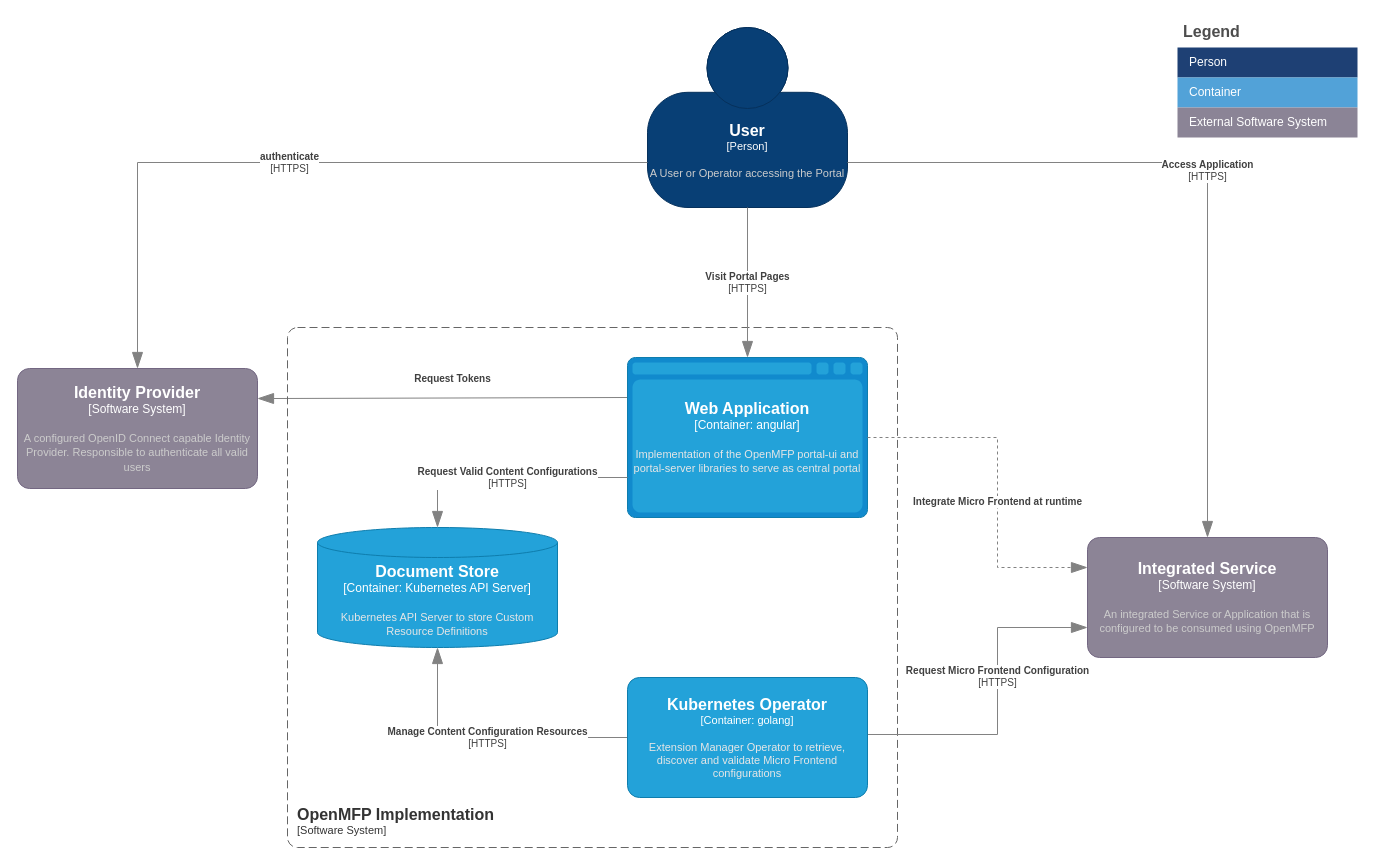
openmfp/architecture keeps this draw.io diagram as page "v0-container-diagram" (2 of 4) of diagrams/openmfp-c4.drawio. Above is the earlier version. Source tidied: cells renumbered, new cells numbered last; positions are measured from the earlier drawing's top-left corner, leaving out a move shared by most shapes. Both pictures are drawn from the tidied source at 100%, with x=0, y=0 at pixel (17, 17).
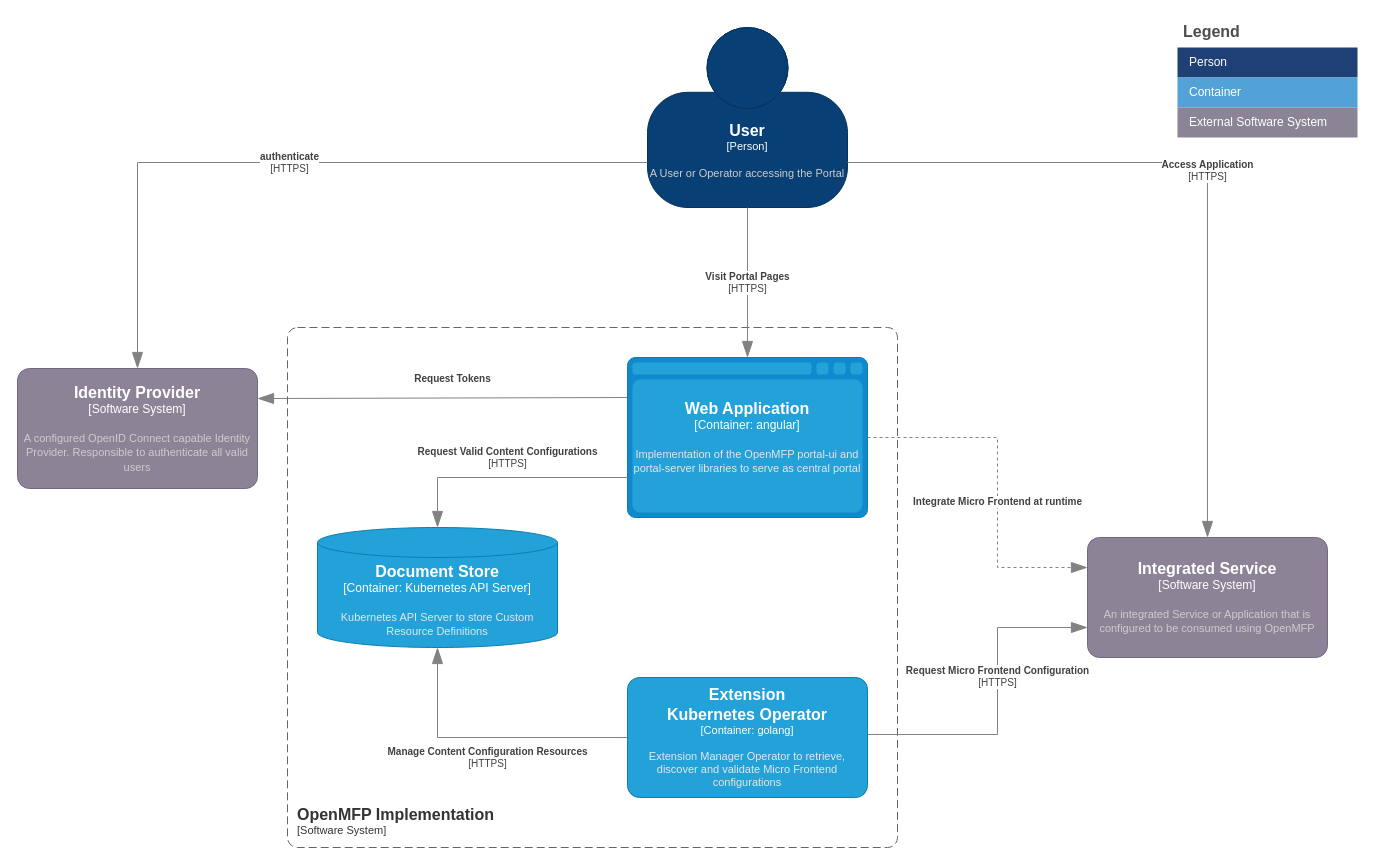
The same page after the edit.

The change refers to these unchanged cells:
```xml
<object id="7" label="&lt;font style=&quot;font-size: 16px&quot;&gt;&lt;b&gt;%c4Name%&lt;/b&gt;&lt;/font&gt;&lt;div&gt;[%c4Type%:&amp;nbsp;%c4Technology%]&lt;/div&gt;&lt;br&gt;&lt;div&gt;&lt;font style=&quot;font-size: 11px&quot;&gt;&lt;font color=&quot;#E6E6E6&quot;&gt;%c4Description%&lt;/font&gt;&lt;/div&gt;" c4Description="Implementation of the OpenMFP portal-ui and portal-server libraries to serve as central portal" c4Name="Web Application" c4Technology="angular" c4Type="Container" placeholders="1">
  <mxCell style="shape=mxgraph.c4.webBrowserContainer2;whiteSpace=wrap;html=1;boundedLbl=1;rounded=0;labelBackgroundColor=none;strokeColor=#118ACD;fillColor=#23A2D9;strokeColor=#118ACD;strokeColor2=#0E7DAD;fontSize=12;fontColor=#ffffff;align=center;points=[[0.5,0,0],[1,0.25,0],[1,0.5,0],[1,0.75,0],[0.5,1,0],[0,0.75,0],[0,0.5,0],[0,0.25,0]];" parent="1" vertex="1">
    <mxGeometry x="610" y="340" width="240" height="160" as="geometry" />
  </mxCell>
</object>
<object id="14" label="&lt;font style=&quot;font-size: 16px&quot;&gt;&lt;b&gt;%c4Name%&lt;/b&gt;&lt;/font&gt;&lt;div&gt;[%c4Type%:&amp;nbsp;%c4Technology%]&lt;/div&gt;&lt;br&gt;&lt;div&gt;&lt;font style=&quot;font-size: 11px&quot;&gt;&lt;font color=&quot;#E6E6E6&quot;&gt;%c4Description%&lt;/font&gt;&lt;/div&gt;" c4Description="Kubernetes API Server to store Custom Resource Definitions" c4Name="Document Store" c4Technology="Kubernetes API Server" c4Type="Container" placeholders="1">
  <mxCell style="shape=cylinder3;size=15;whiteSpace=wrap;html=1;boundedLbl=1;rounded=0;labelBackgroundColor=none;fillColor=#23A2D9;fontSize=12;fontColor=#ffffff;align=center;strokeColor=#0E7DAD;points=[[0.5,0,0],[1,0.25,0],[1,0.5,0],[1,0.75,0],[0.5,1,0],[0,0.75,0],[0,0.5,0],[0,0.25,0]];" parent="1" vertex="1">
    <mxGeometry x="300" y="510" width="240" height="120" as="geometry" />
  </mxCell>
</object>
```

Change to the diagram source:
```diff
@@
     <object id="12" label="&lt;div style=&quot;text-align: left&quot;&gt;&lt;div style=&quot;text-align: center&quot;&gt;&lt;b&gt;%c4Description%&lt;/b&gt;&lt;/div&gt;&lt;div style=&quot;text-align: center&quot;&gt;[%c4Technology%]&lt;/div&gt;&lt;/div&gt;" c4Description="Request Valid Content Configurations" c4Technology="HTTPS" placeholders="1">
       <mxCell style="endArrow=blockThin;html=1;fontSize=10;fontColor=#404040;strokeWidth=1;endFill=1;strokeColor=#828282;elbow=vertical;endSize=14;startSize=14;jumpStyle=arc;jumpSize=16;rounded=0;edgeStyle=orthogonalEdgeStyle;exitX=0;exitY=0.75;exitDx=0;exitDy=0;exitPerimeter=0;entryX=0.5;entryY=0;entryDx=0;entryDy=0;entryPerimeter=0;" parent="1" edge="1" source="7" target="14">
-        <mxGeometry relative="1" as="geometry" />
+        <mxGeometry y="-20" relative="1" as="geometry" />
       </mxCell>
     </object>
@@
     <object id="15" label="&lt;div style=&quot;text-align: left&quot;&gt;&lt;div style=&quot;text-align: center&quot;&gt;&lt;b&gt;%c4Description%&lt;/b&gt;&lt;/div&gt;&lt;div style=&quot;text-align: center&quot;&gt;[%c4Technology%]&lt;/div&gt;&lt;/div&gt;" c4Description="Manage Content Configuration Resources" c4Technology="HTTPS" placeholders="1">
       <mxCell style="endArrow=blockThin;html=1;fontSize=10;fontColor=#404040;strokeWidth=1;endFill=1;strokeColor=#828282;elbow=vertical;endSize=14;startSize=14;jumpStyle=arc;jumpSize=16;rounded=0;edgeStyle=orthogonalEdgeStyle;exitX=0;exitY=0.5;exitDx=0;exitDy=0;exitPerimeter=0;entryX=0.5;entryY=1;entryDx=0;entryDy=0;entryPerimeter=0;" parent="1" edge="1" source="23" target="14">
-        <mxGeometry relative="1" as="geometry" />
+        <mxGeometry y="20" relative="1" as="geometry" />
       </mxCell>
     </object>
@@
-    <object id="23" label="&lt;font style=&quot;font-size: 16px&quot;&gt;&lt;b&gt;%c4Name%&lt;/b&gt;&lt;/font&gt;&lt;div&gt;[%c4Type%: %c4Technology%]&lt;/div&gt;&lt;br&gt;&lt;div&gt;&lt;font style=&quot;font-size: 11px&quot;&gt;&lt;font color=&quot;#E6E6E6&quot;&gt;%c4Description%&lt;/font&gt;&lt;/div&gt;" c4Description="Extension Manager Operator to retrieve, discover and validate Micro Frontend configurations" c4Name="Kubernetes Operator" c4Technology="golang" c4Type="Container" placeholders="1">
+    <object id="23" label="&lt;font style=&quot;font-size: 16px&quot;&gt;&lt;b&gt;%c4Name%&lt;/b&gt;&lt;/font&gt;&lt;div&gt;[%c4Type%: %c4Technology%]&lt;/div&gt;&lt;br&gt;&lt;div&gt;&lt;font style=&quot;font-size: 11px&quot;&gt;&lt;font color=&quot;#E6E6E6&quot;&gt;%c4Description%&lt;/font&gt;&lt;/div&gt;" c4Description="Extension Manager Operator to retrieve, discover and validate Micro Frontend configurations" c4Name="Extension&#10;Kubernetes Operator" c4Technology="golang" c4Type="Container" placeholders="1">
       <mxCell style="rounded=1;whiteSpace=wrap;html=1;fontSize=11;labelBackgroundColor=none;fillColor=#23A2D9;fontColor=#ffffff;align=center;arcSize=10;strokeColor=#0E7DAD;points=[[0.25,0,0],[0.5,0,0],[0.75,0,0],[1,0.25,0],[1,0.5,0],[1,0.75,0],[0.75,1,0],[0.5,1,0],[0.25,1,0],[0,0.75,0],[0,0.5,0],[0,0.25,0]];" parent="1" vertex="1">
         <mxGeometry x="610" y="660" width="240" height="120" as="geometry" />
       </mxCell>
     </object>
```
